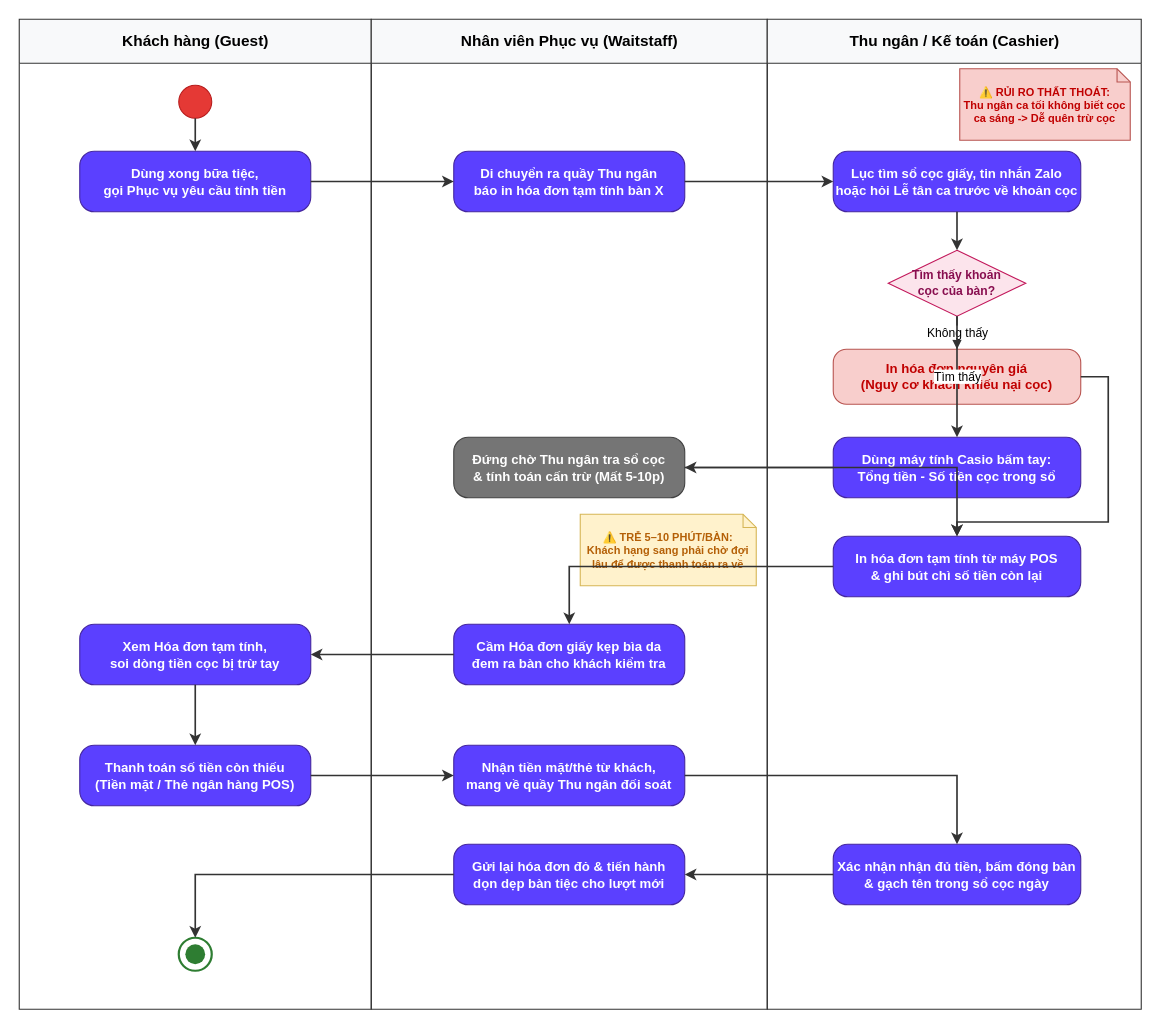
AndrewQng/VinDining keeps this draw.io diagram as docs/phase1/drawio/asis03_survey_billing.drawio. Above is the earlier version. Source tidied: cells renumbered, new cells numbered last; positions are measured from the earlier drawing's top-left corner, leaving out a move shared by most shapes. Both pictures are drawn from the tidied source at 110%, with x=0, y=0 at pixel (19, 19).
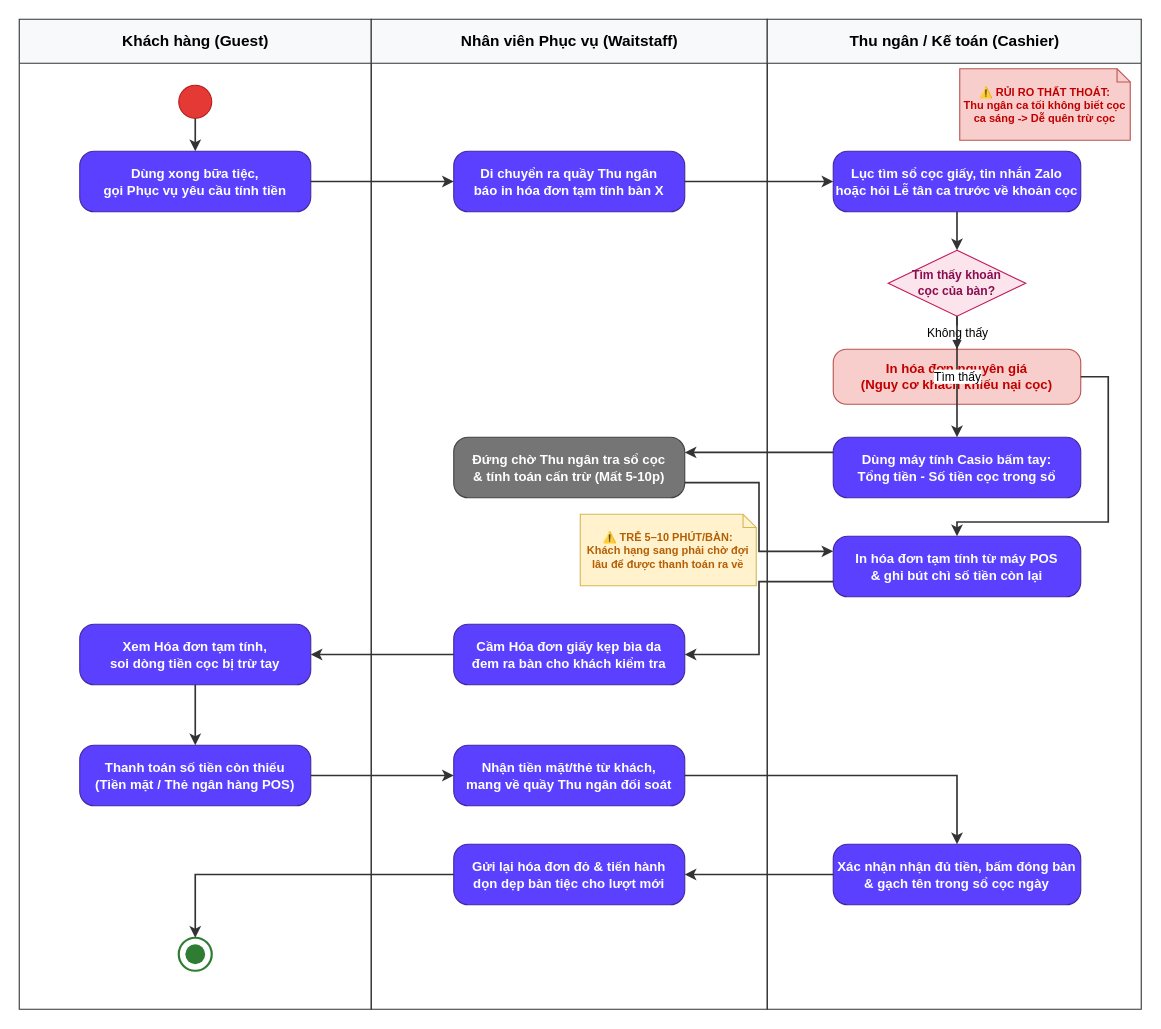
The same diagram, later.

The change refers to these unchanged cells:
```xml
<mxCell id="12" value="Đứng chờ Thu ngân tra sổ cọc&#10;&amp; tính toán cấn trừ (Mất 5-10p)" style="rounded=1;arcSize=24;whiteSpace=wrap;html=1;fillColor=#757575;strokeColor=#424242;fontColor=#ffffff;fontStyle=1;fontSize=12;align=center;verticalAlign=middle;" parent="3" vertex="1">
  <mxGeometry x="75" y="380" width="210" height="55" as="geometry" />
</mxCell>
<mxCell id="13" value="Cầm Hóa đơn giấy kẹp bìa da&#10;đem ra bàn cho khách kiểm tra" style="rounded=1;arcSize=24;whiteSpace=wrap;html=1;fillColor=#5b40ff;strokeColor=#4527a0;fontColor=#ffffff;fontStyle=1;fontSize=12;align=center;verticalAlign=middle;" parent="3" vertex="1">
  <mxGeometry x="75" y="550" width="210" height="55" as="geometry" />
</mxCell>
<mxCell id="19" value="Dùng máy tính Casio bấm tay:&#10;Tổng tiền - Số tiền cọc trong sổ" style="rounded=1;arcSize=24;whiteSpace=wrap;html=1;fillColor=#5b40ff;strokeColor=#4527a0;fontColor=#ffffff;fontStyle=1;fontSize=12;align=center;verticalAlign=middle;" parent="4" vertex="1">
  <mxGeometry x="60" y="380" width="225" height="55" as="geometry" />
</mxCell>
<mxCell id="20" value="In hóa đơn tạm tính từ máy POS&#10;&amp; ghi bút chì số tiền còn lại" style="rounded=1;arcSize=24;whiteSpace=wrap;html=1;fillColor=#5b40ff;strokeColor=#4527a0;fontColor=#ffffff;fontStyle=1;fontSize=12;align=center;verticalAlign=middle;" parent="4" vertex="1">
  <mxGeometry x="60" y="470" width="225" height="55" as="geometry" />
</mxCell>
```

What changed in the source:
```diff
@@
-    <mxCell id="31" style="edgeStyle=orthogonalEdgeStyle;rounded=0;strokeColor=#333333;strokeWidth=1.5;html=1;" parent="1" edge="1" source="19" target="12">
+    <mxCell id="31" style="edgeStyle=orthogonalEdgeStyle;rounded=0;strokeColor=#333333;strokeWidth=1.5;html=1;exitX=0;exitY=0.25;entryX=1;entryY=0.25;" parent="1" edge="1" source="19" target="12">
       <mxGeometry relative="1" as="geometry" />
     </mxCell>
-    <mxCell id="32" style="edgeStyle=orthogonalEdgeStyle;rounded=0;strokeColor=#333333;strokeWidth=1.5;html=1;" parent="1" edge="1" source="12" target="20">
+    <mxCell id="32" style="edgeStyle=orthogonalEdgeStyle;rounded=0;strokeColor=#333333;strokeWidth=1.5;html=1;exitX=1;exitY=0.75;entryX=0;entryY=0.25;" parent="1" edge="1" source="12" target="20">
       <mxGeometry relative="1" as="geometry" />
     </mxCell>
-    <mxCell id="33" style="edgeStyle=orthogonalEdgeStyle;rounded=0;strokeColor=#333333;strokeWidth=1.5;html=1;" parent="1" edge="1" source="20" target="13">
+    <mxCell id="33" style="edgeStyle=orthogonalEdgeStyle;rounded=0;strokeColor=#333333;strokeWidth=1.5;html=1;exitX=0;exitY=0.75;entryX=1;entryY=0.5;" parent="1" edge="1" source="20" target="13">
       <mxGeometry relative="1" as="geometry" />
     </mxCell>
```
